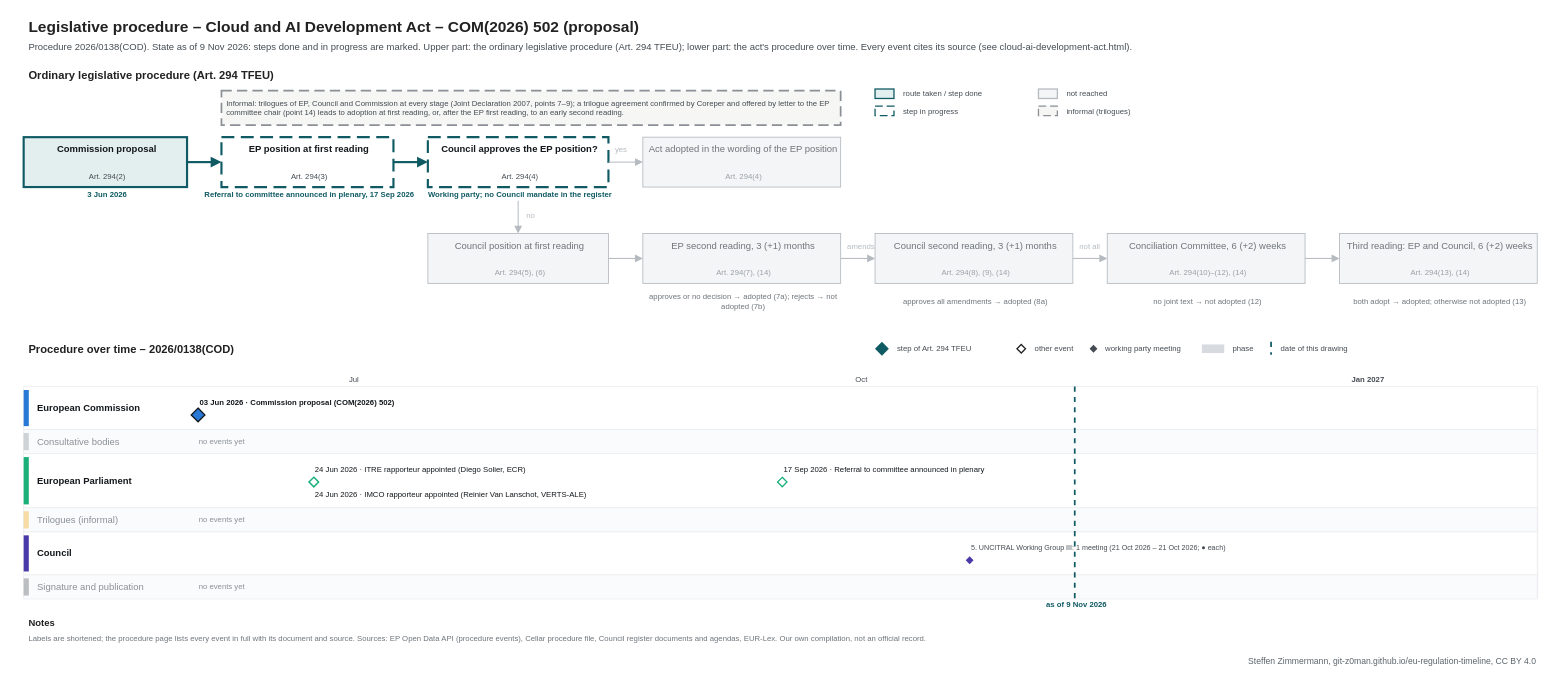
Earlier version of the draw.io diagram procedures/cloud-ai-development-act.drawio (git-z0man/eu-regulation-timeline). Source tidied: cells renumbered, new cells numbered last; positions are measured from the earlier drawing's top-left corner, leaving out a move shared by most shapes. Both pictures are drawn from the tidied source at 86%, with x=0, y=0 at pixel (15, 15).
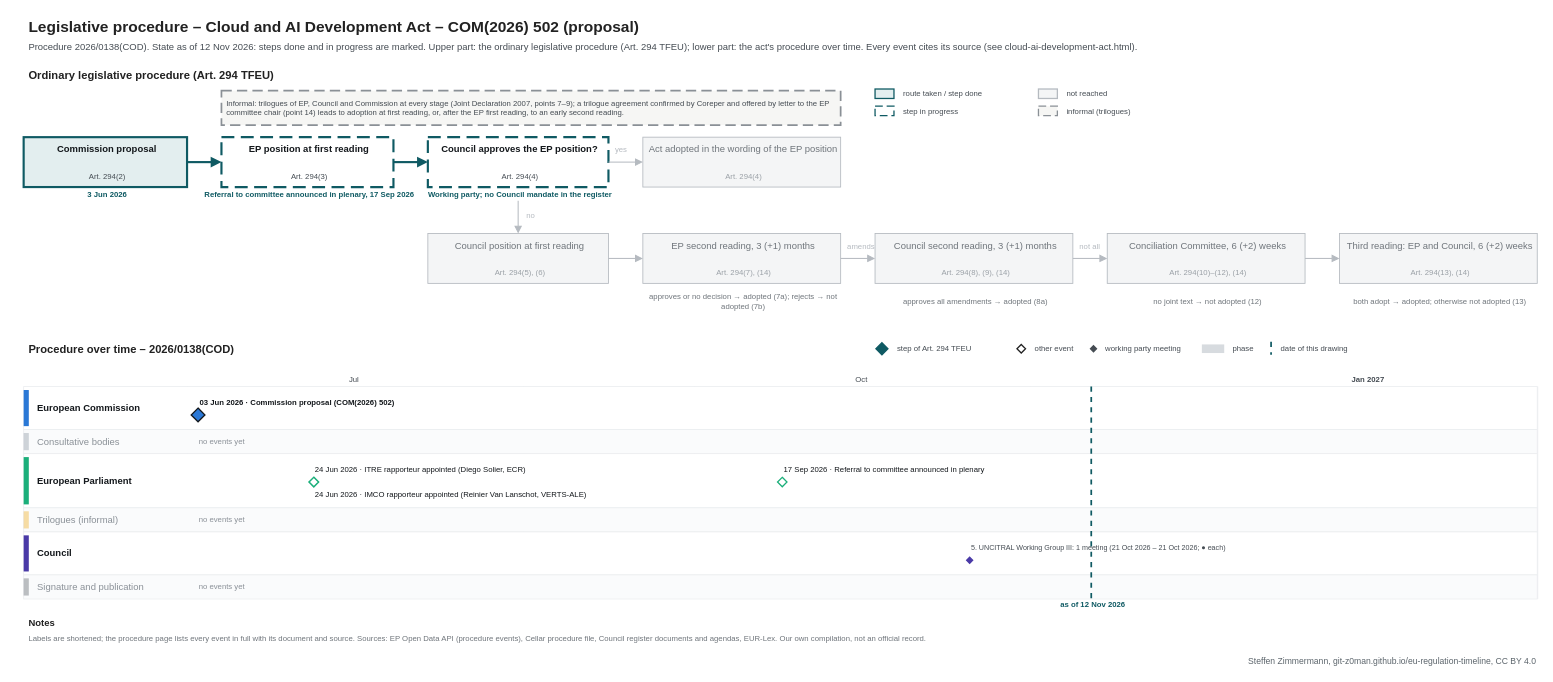
Above is the later version.

Change to the diagram source:
```diff
@@
-    <mxCell id="3" value="Procedure 2026/0138(COD). State as of 9 Nov 2026: steps done and in progress are marked. Upper part: the ordinary legislative procedure (Art. 294 TFEU); lower part: the act's procedure over time. Every event cites its source (see cloud-ai-development-act.html)." style="text;html=1;fontSize=11;fontColor=#454c53;align=left;verticalAlign=middle;spacingLeft=4;" parent="1" vertex="1">
+    <mxCell id="3" value="Procedure 2026/0138(COD). State as of 12 Nov 2026: steps done and in progress are marked. Upper part: the ordinary legislative procedure (Art. 294 TFEU); lower part: the act's procedure over time. Every event cites its source (see cloud-ai-development-act.html)." style="text;html=1;fontSize=11;fontColor=#454c53;align=left;verticalAlign=middle;spacingLeft=4;" parent="1" vertex="1">
       <mxGeometry x="10" y="28" width="1700" height="18" as="geometry" />
     </mxCell>
@@
     <mxCell id="105" style="line;html=1;strokeWidth=2;strokeColor=#0f5a63;direction=south;dashed=1;" parent="1" vertex="1">
-      <mxGeometry x="1231.7" y="432" width="1" height="247" as="geometry" />
+      <mxGeometry x="1250.9" y="432" width="1" height="247" as="geometry" />
     </mxCell>
-    <mxCell id="106" value="as of 9 Nov 2026" style="text;html=1;fontSize=9;fontColor=#0f5a63;align=center;verticalAlign=middle;spacingLeft=4;fontStyle=1;" parent="1" vertex="1">
-      <mxGeometry x="1171.7" y="680" width="120" height="12" as="geometry" />
+    <mxCell id="106" value="as of 12 Nov 2026" style="text;html=1;fontSize=9;fontColor=#0f5a63;align=center;verticalAlign=middle;spacingLeft=4;fontStyle=1;" parent="1" vertex="1">
+      <mxGeometry x="1190.9" y="680" width="120" height="12" as="geometry" />
     </mxCell>
```
